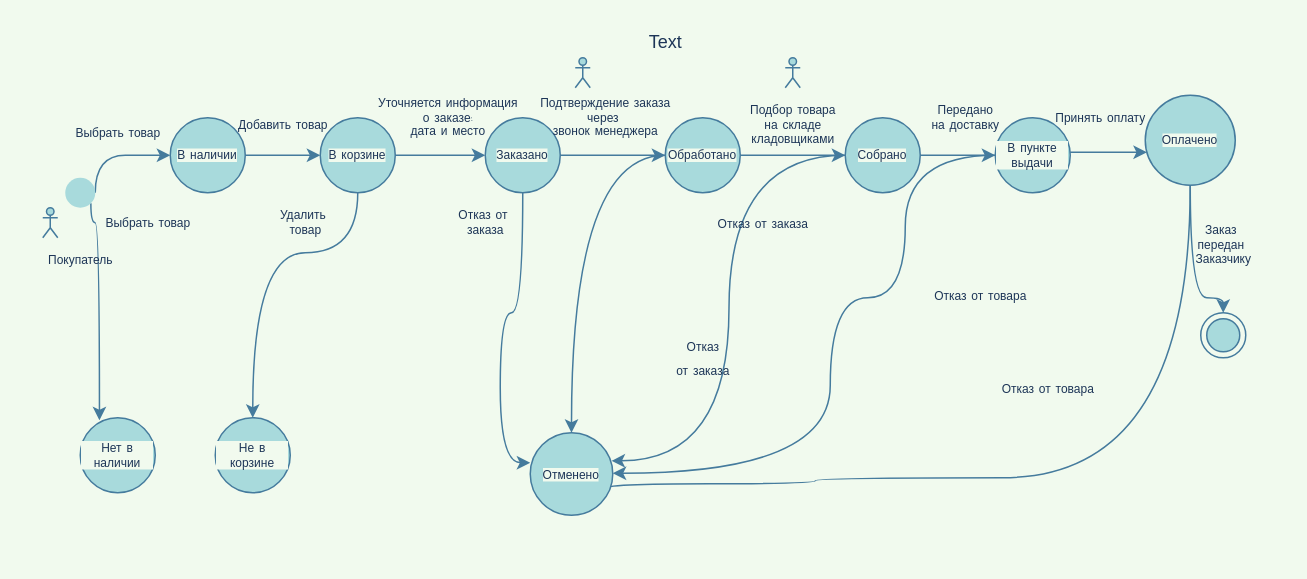
Chulatti/project keeps this draw.io diagram as Untitled Diagram.drawio. Above is the earlier version. Source tidied: cells renumbered, new cells numbered last; positions are measured from the earlier drawing's top-left corner, leaving out a move shared by most shapes. Both pictures are drawn from the tidied source at 150%, with x=0, y=0 at pixel (34, 27).
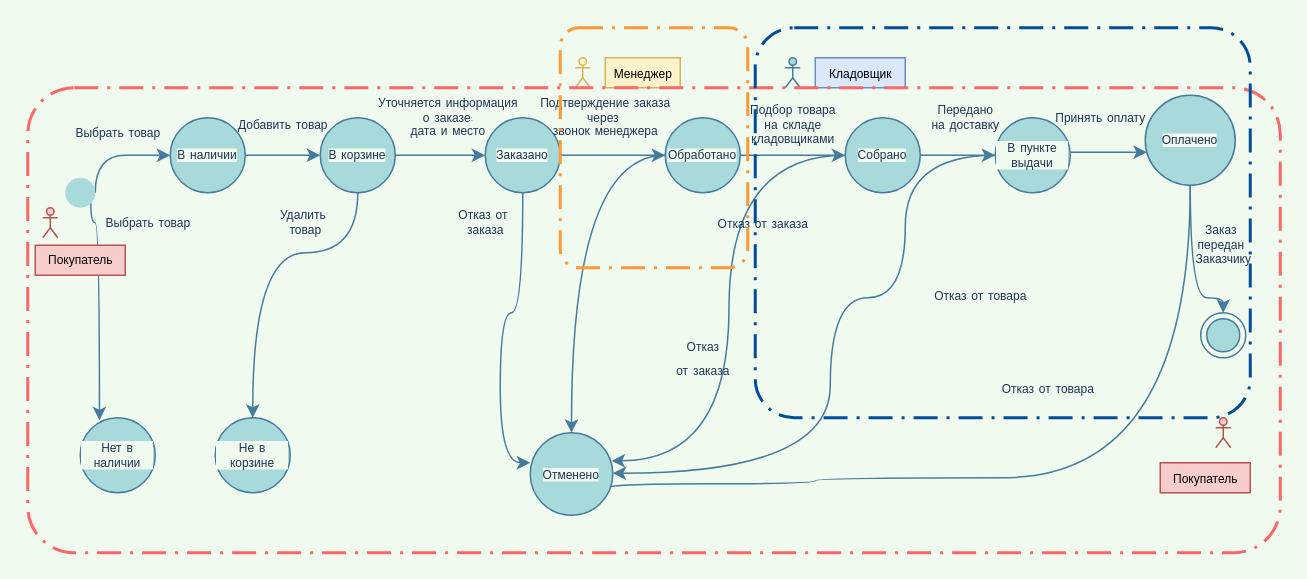
After the change.

Change to the diagram source:
```diff
@@
-    <mxCell id="14" style="shape=umlActor;verticalLabelPosition=bottom;verticalAlign=top;html=1;labelBackgroundColor=none;fontFamily=Comic Sans MS;fontSize=8;fillColor=#A8DADC;strokeColor=#457B9D;fontColor=#1D3557;" parent="1" vertex="1">
+    <mxCell id="14" style="shape=umlActor;verticalLabelPosition=bottom;verticalAlign=top;html=1;labelBackgroundColor=none;fontFamily=Comic Sans MS;fontSize=8;fillColor=#f8cecc;strokeColor=#b85450;" parent="1" vertex="1">
       <mxGeometry x="5" y="120" width="10" height="20" as="geometry" />
     </mxCell>
@@
-    <mxCell id="41" value="Покупатель" style="text;html=1;align=center;verticalAlign=middle;fontSize=8;fontFamily=Comic Sans MS;fontColor=#1D3557;" parent="1" vertex="1">
+    <mxCell id="41" value="Покупатель" style="text;html=1;align=center;verticalAlign=middle;fontSize=8;fontFamily=Comic Sans MS;fillColor=#f8cecc;strokeColor=#b85450;" parent="1" vertex="1">
       <mxGeometry y="145" width="60" height="20" as="geometry" />
     </mxCell>
@@
-    <mxCell id="47" style="shape=umlActor;verticalLabelPosition=bottom;verticalAlign=top;html=1;labelBackgroundColor=none;fontFamily=Comic Sans MS;fontSize=8;fillColor=#A8DADC;strokeColor=#457B9D;fontColor=#1D3557;" parent="1" vertex="1">
+    <mxCell id="47" style="shape=umlActor;verticalLabelPosition=bottom;verticalAlign=top;html=1;labelBackgroundColor=none;fontFamily=Comic Sans MS;fontSize=8;fillColor=#fff2cc;strokeColor=#d6b656;" parent="1" vertex="1">
       <mxGeometry x="360" y="20" width="10" height="20" as="geometry" />
     </mxCell>
-    <mxCell id="48" value="Text" style="text;html=1;align=center;verticalAlign=middle;fontColor=#1D3557;" parent="1" vertex="1">
-      <mxGeometry x="400" width="40" height="20" as="geometry" />
+    <mxCell id="48" value="&lt;font face=&quot;Comic Sans MS&quot;&gt;&lt;span style=&quot;font-size: 8px&quot;&gt;Менеджер&lt;/span&gt;&lt;/font&gt;" style="text;html=1;align=center;verticalAlign=middle;fillColor=#fff2cc;strokeColor=#d6b656;" parent="1" vertex="1">
+      <mxGeometry x="380" y="20" width="50" height="20" as="geometry" />
     </mxCell>
+    <mxCell id="49" value="&lt;font face=&quot;Comic Sans MS&quot;&gt;&lt;span style=&quot;font-size: 8px&quot;&gt;Кладовщик&lt;/span&gt;&lt;/font&gt;" style="text;html=1;align=center;verticalAlign=middle;fillColor=#dae8fc;strokeColor=#6c8ebf;" parent="1" vertex="1">
+      <mxGeometry x="520" y="20" width="60" height="20" as="geometry" />
+    </mxCell>
+    <mxCell id="50" style="shape=umlActor;verticalLabelPosition=bottom;verticalAlign=top;html=1;labelBackgroundColor=none;fontFamily=Comic Sans MS;fontSize=8;fillColor=#f8cecc;strokeColor=#b85450;" parent="1" vertex="1">
+      <mxGeometry x="787" y="260" width="10" height="20" as="geometry" />
+    </mxCell>
+    <mxCell id="51" value="&lt;font face=&quot;Comic Sans MS&quot; style=&quot;font-size: 8px&quot;&gt;Покупатель&lt;/font&gt;" style="text;html=1;align=center;verticalAlign=middle;fillColor=#f8cecc;strokeColor=#b85450;" parent="1" vertex="1">
+      <mxGeometry x="750" y="290" width="60" height="20" as="geometry" />
+    </mxCell>
+    <mxCell id="52" style="rounded=1;arcSize=10;dashed=1;fillColor=none;gradientColor=none;dashPattern=8 3 1 3;strokeWidth=2;strokeColor=#FF6666;" parent="1" vertex="1">
+      <mxGeometry x="-5" y="40" width="835" height="310" as="geometry" />
+    </mxCell>
+    <mxCell id="53" style="rounded=1;arcSize=10;dashed=1;fillColor=none;gradientColor=none;dashPattern=8 3 1 3;strokeWidth=2;fontColor=#FF3333;strokeColor=#FF9933;" parent="1" vertex="1">
+      <mxGeometry x="350" width="125" height="160" as="geometry" />
+    </mxCell>
+    <mxCell id="54" style="rounded=1;arcSize=10;dashed=1;fillColor=none;gradientColor=none;dashPattern=8 3 1 3;strokeWidth=2;fontColor=#FF3333;strokeColor=#004C99;" parent="1" vertex="1">
+      <mxGeometry x="480" width="330" height="260" as="geometry" />
+    </mxCell>
```
